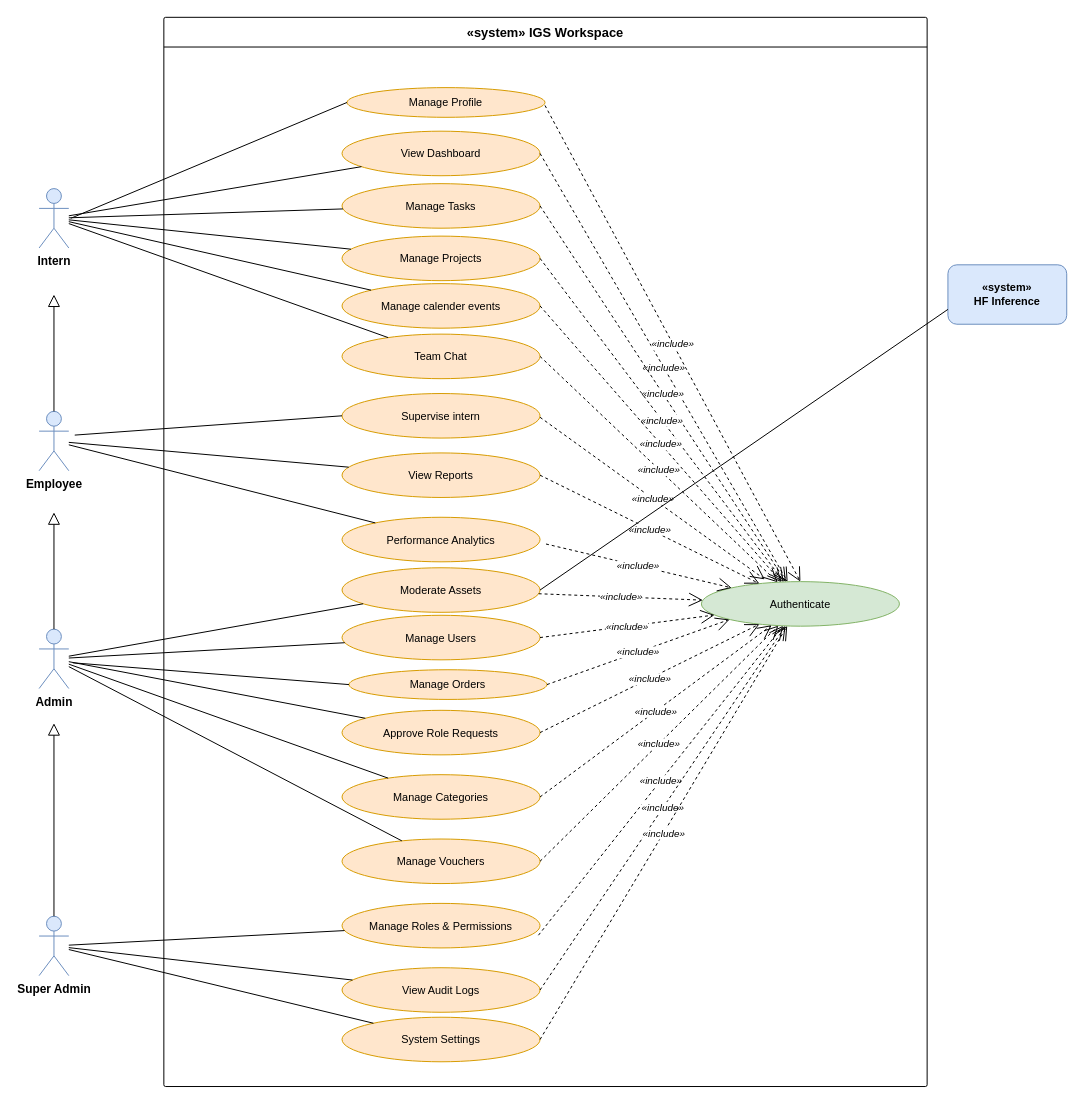
The draw.io diagram diagrams/drawio/uc_workspace.drawio in AsmaDaoussi/report, before the edit. Source tidied: cells renumbered, new cells numbered last; positions are measured from the earlier drawing's top-left corner, leaving out a move shared by most shapes. Both pictures are drawn from the tidied source at 99%, with x=0, y=0 at pixel (39, 17).
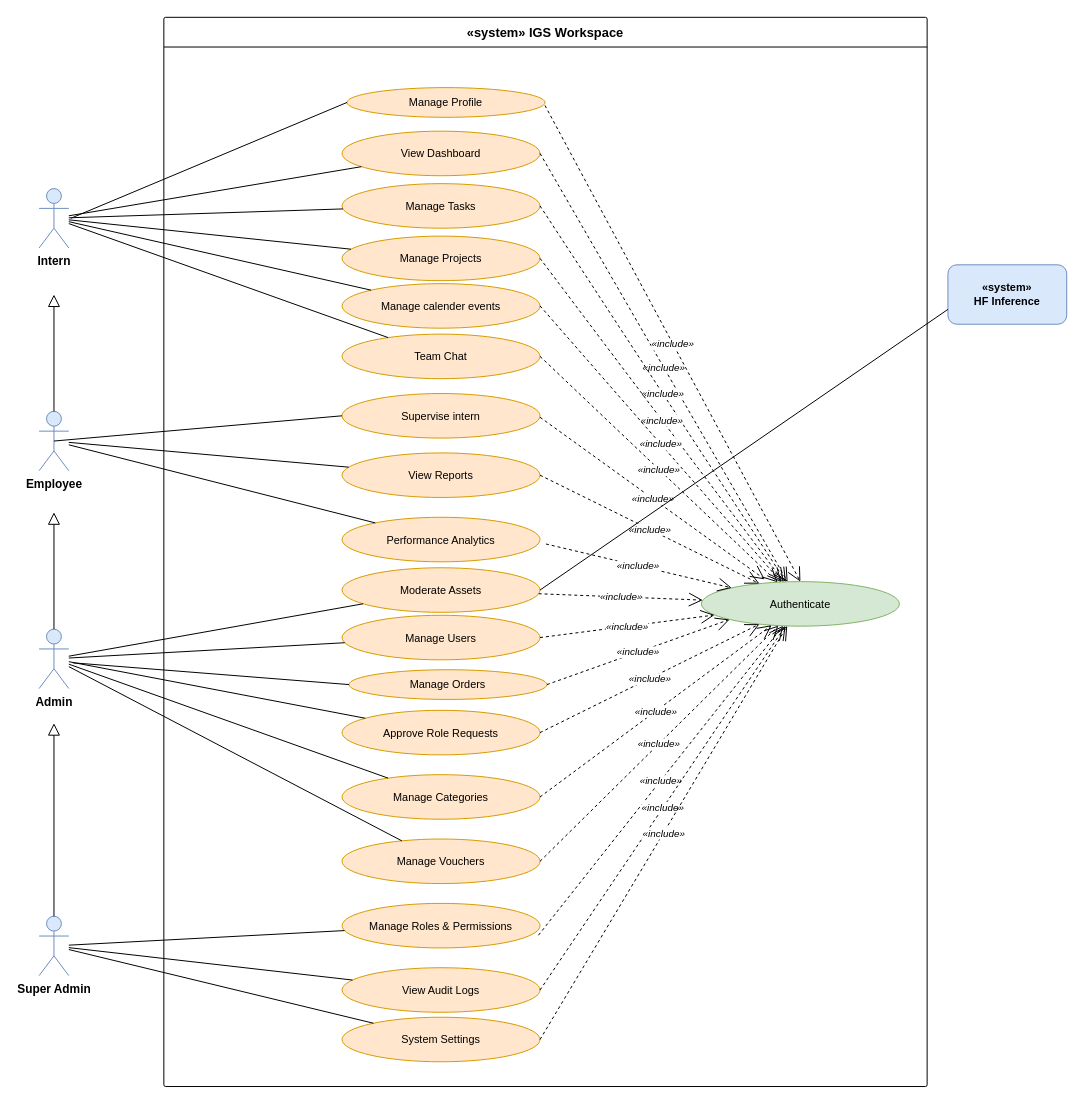
After the change.

Unchanged cells that the change refers to:
```xml
<mxCell id="35" value="Supervise intern" style="ellipse;whiteSpace=wrap;html=1;fillColor=#ffe6cc;strokeColor=#d79b00;fontSize=11;" parent="2" vertex="1">
  <mxGeometry x="180" y="380" width="200" height="45" as="geometry" />
</mxCell>
<mxCell id="41" value="&lt;b&gt;Employee&lt;/b&gt;" style="shape=umlActor;verticalLabelPosition=bottom;verticalAlign=top;html=1;fillColor=#dae8fc;strokeColor=#6c8ebf;" parent="1" vertex="1">
  <mxGeometry y="398" width="30" height="60" as="geometry" />
</mxCell>
```

What changed in the source:
```diff
@@
-    <mxCell id="64" style="endArrow=none;html=1;entryX=0;entryY=0.5;entryDx=0;entryDy=0;" parent="1" edge="1" target="35">
-      <mxGeometry relative="1" as="geometry">
-        <mxPoint x="36" y="422" as="sourcePoint" />
-      </mxGeometry>
+    <mxCell id="64" style="endArrow=none;html=1;entryX=0;entryY=0.5;entryDx=0;entryDy=0;exitX=0.5;exitY=0.5;exitDx=0;exitDy=0;exitPerimeter=0;" parent="1" edge="1" source="41" target="35">
+      <mxGeometry relative="1" as="geometry" />
     </mxCell>
```
